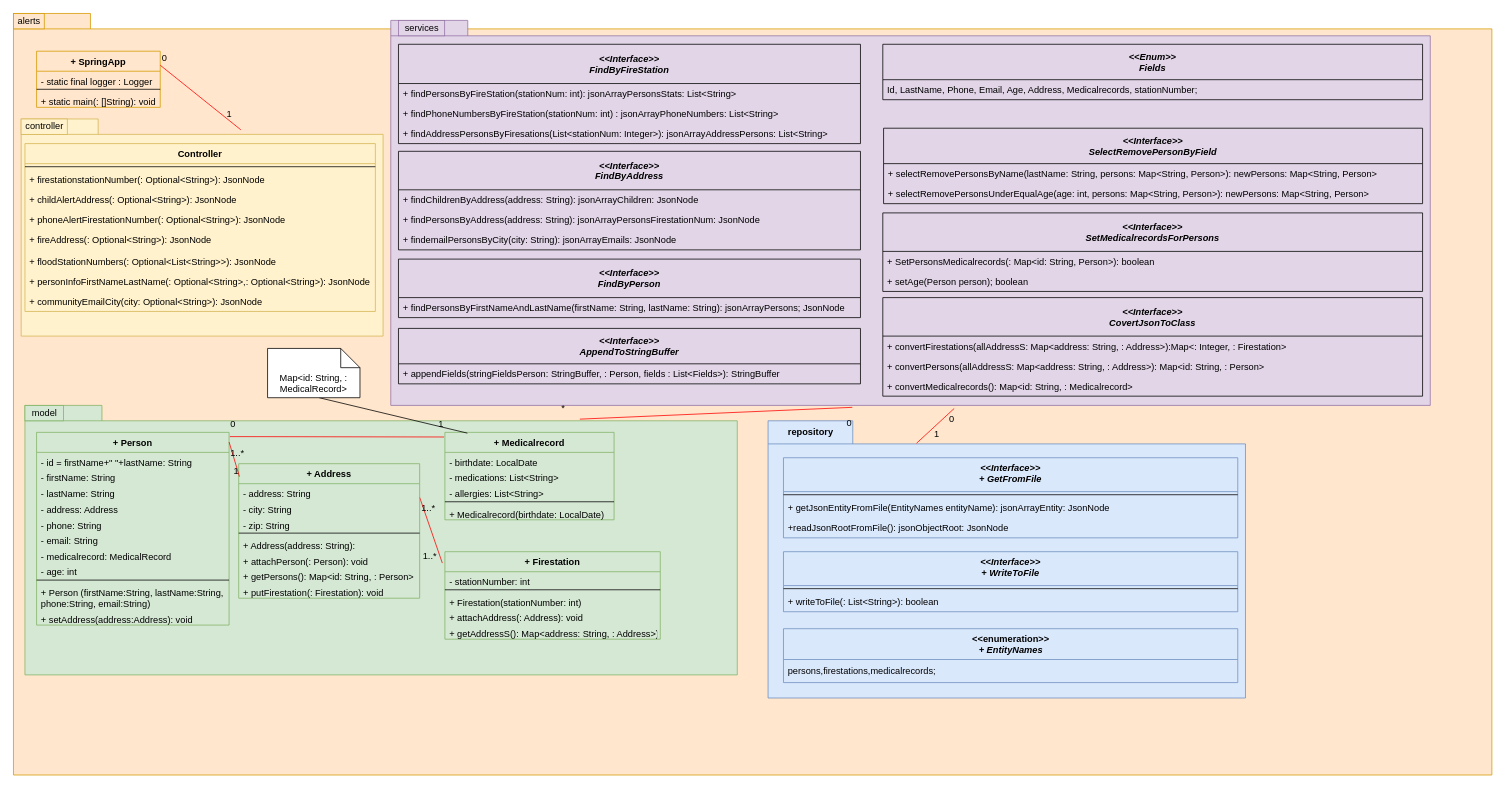
Earlier version of the draw.io diagram page "ClassDiagram1" (1 of 2) of UML/classDiagram.drawio (andrechico999/https-github.com-emmo78-com.safetynet.alerts). Source tidied: cells renumbered, new cells numbered last; positions are measured from the earlier drawing's top-left corner, leaving out a move shared by most shapes. Both pictures are drawn from the tidied source at 77%, with x=0, y=0 at pixel (13, 13).
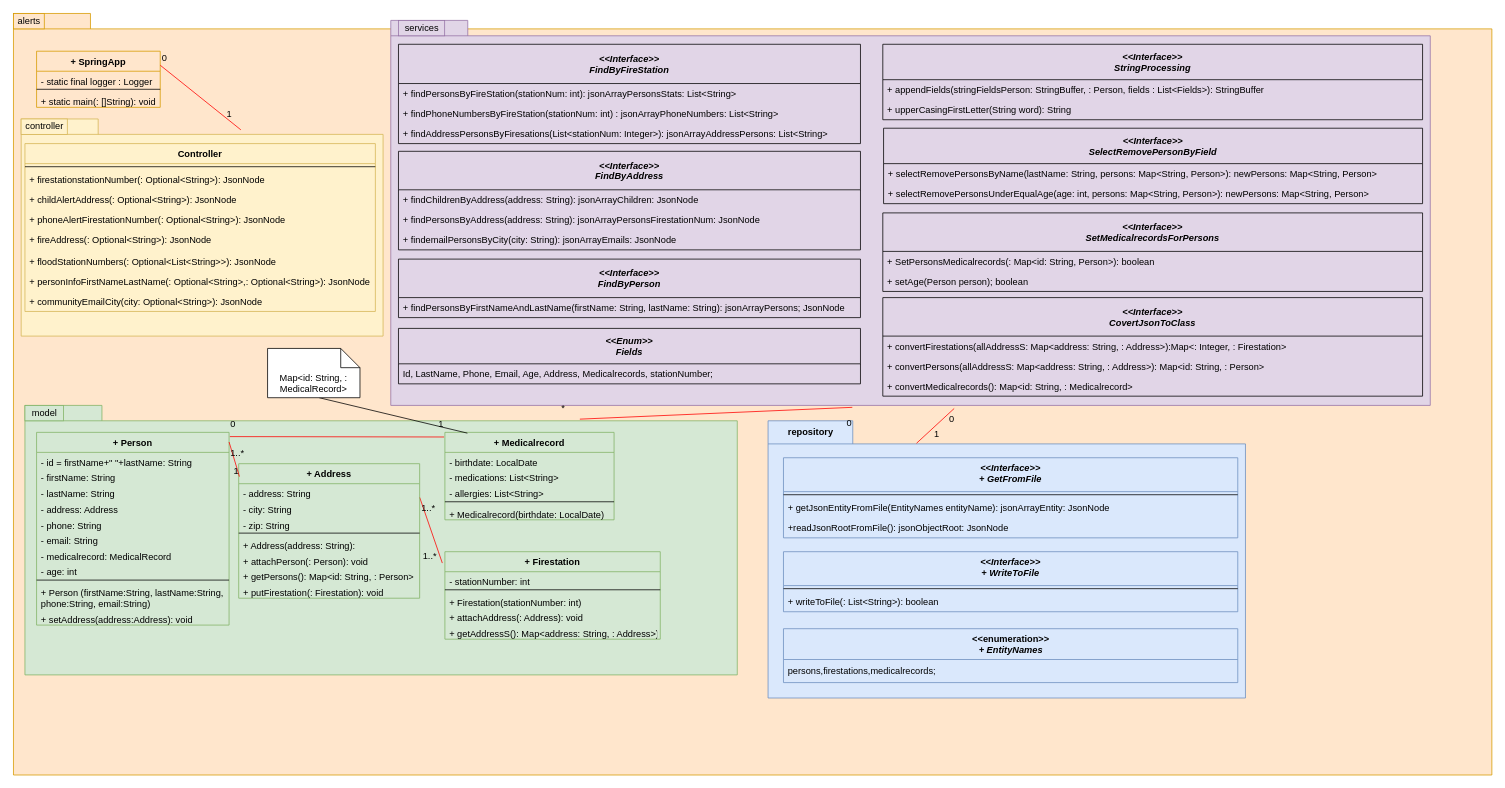
After the change.

The edit, as a diff of the source:
```diff
@@
-    <mxCell id="108" value="&lt;&lt;Interface&gt;&gt;&#10;AppendToStringBuffer" style="swimlane;fontStyle=3;horizontal=1;startSize=46;fillColor=none;" parent="1" vertex="1">
-      <mxGeometry x="500" y="409" width="600" height="72" as="geometry" />
+    <mxCell id="108" value="&lt;&lt;Interface&gt;&gt;&#10;StringProcessing" style="swimlane;fontStyle=3;horizontal=1;startSize=46;fillColor=none;" parent="1" vertex="1">
+      <mxGeometry x="1129" y="40" width="701" height="98" as="geometry" />
     </mxCell>
     <mxCell id="109" value="+ appendFields(stringFieldsPerson: StringBuffer, : Person, fields : List&lt;Fields&gt;): StringBuffer" style="text;strokeColor=none;fillColor=none;align=left;verticalAlign=top;spacingLeft=4;spacingRight=4;overflow=hidden;" parent="108" vertex="1">
-      <mxGeometry y="46" width="600" height="26" as="geometry" />
+      <mxGeometry y="46" width="701" height="26" as="geometry" />
     </mxCell>
+    <mxCell id="112" value="+ upperCasingFirstLetter(String word): String" style="text;strokeColor=none;fillColor=none;align=left;verticalAlign=top;spacingLeft=4;spacingRight=4;overflow=hidden;" parent="108" vertex="1">
+      <mxGeometry y="72" width="701" height="26" as="geometry" />
+    </mxCell>
     <mxCell id="110" value="&lt;&lt;Enum&gt;&gt;&#10;Fields" style="swimlane;fontStyle=3;horizontal=1;startSize=46;fillColor=none;" parent="1" vertex="1">
-      <mxGeometry x="1129" y="40" width="701" height="72" as="geometry" />
+      <mxGeometry x="500" y="409" width="600" height="72" as="geometry" />
     </mxCell>
     <mxCell id="111" value="Id, LastName, Phone, Email, Age, Address, Medicalrecords, stationNumber;" style="text;strokeColor=none;fillColor=none;align=left;verticalAlign=top;spacingLeft=4;spacingRight=4;overflow=hidden;" parent="110" vertex="1">
-      <mxGeometry y="46" width="701" height="26" as="geometry" />
+      <mxGeometry y="46" width="600" height="26" as="geometry" />
     </mxCell>
```
